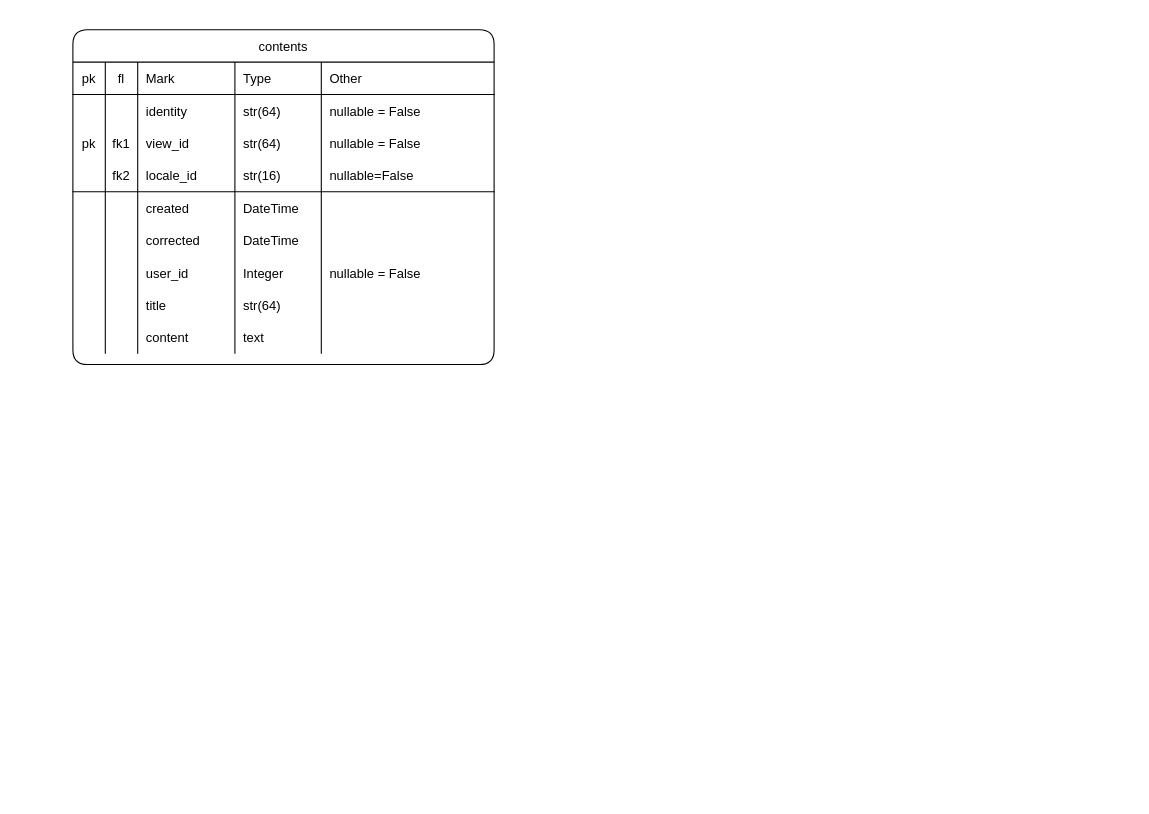
Above: page "structure table" (3 of 9) of market-coffee.drawio in Sergey190309/220415-market-caffee (draw.io), before the change. Source tidied: cells renumbered, new cells numbered last; positions are measured from the earlier drawing's top-left corner, leaving out a move shared by most shapes. Both pictures are drawn from the tidied source at 108%, with x=0, y=0 at pixel (72, 29).
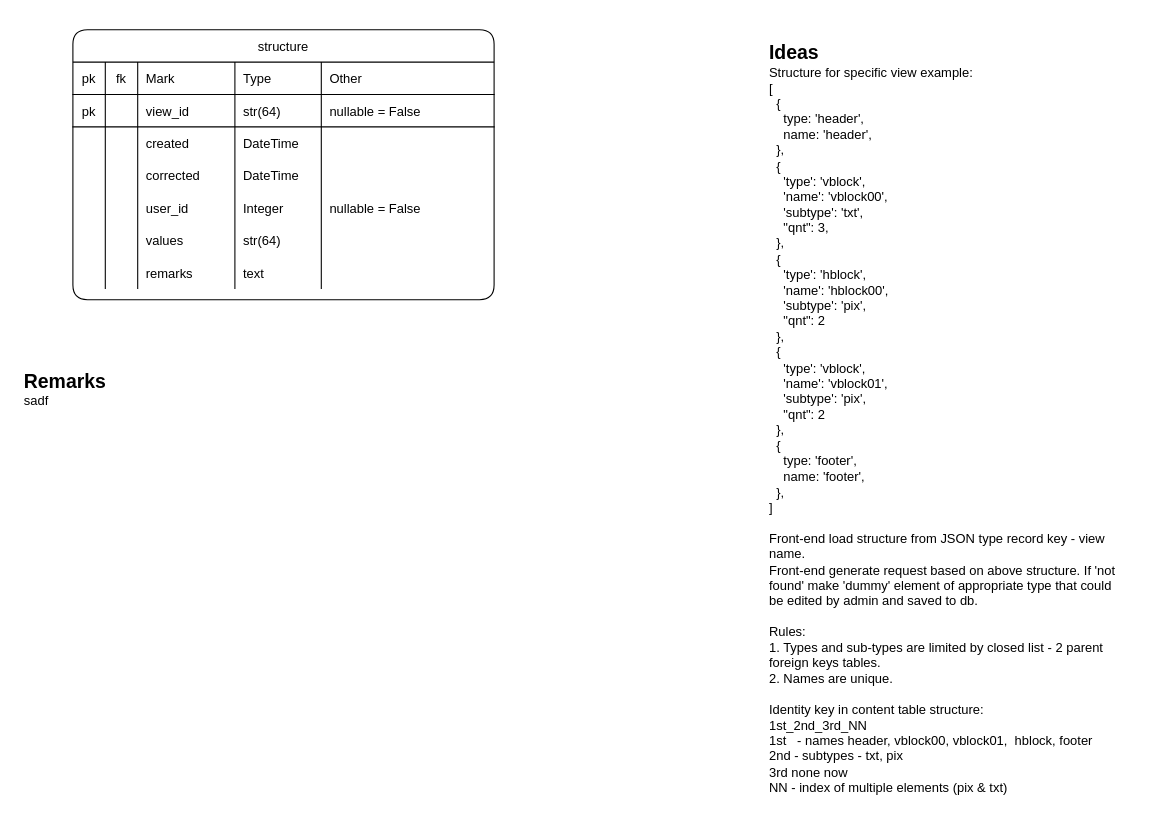
The same page after the edit.

The change refers to these unchanged cells:
```xml
<mxCell id="3" style="shape=partialRectangle;fillColor=none;top=0;left=0;bottom=1;right=0;fontStyle=5;rounded=1;" parent="2" vertex="1">
  <mxGeometry y="30" width="390" height="30" as="geometry" />
</mxCell>
```

What changed in the source:
```diff
@@
-    <mxCell id="2" value="contents" style="shape=table;startSize=30;childLayout=tableLayout;rowLines=0;fontStyle=0;align=center;shadow=0;labelBackgroundColor=none;strokeWidth=1;fontColor=#000000;rounded=1;" parent="1" vertex="1">
-      <mxGeometry width="390" height="310" as="geometry" />
+    <mxCell id="2" value="structure" style="shape=table;startSize=30;childLayout=tableLayout;rowLines=0;fontStyle=0;align=center;shadow=0;labelBackgroundColor=none;strokeWidth=1;fontColor=#000000;rounded=1;" parent="1" vertex="1">
+      <mxGeometry width="390" height="250" as="geometry" />
     </mxCell>
@@
-    <mxCell id="5" value="fl" style="shape=partialRectangle;fillColor=none;top=0;left=0;bottom=0;right=0;fontStyle=0;overflow=hidden;rounded=1;" parent="3" vertex="1">
+    <mxCell id="5" value="fk" style="shape=partialRectangle;fillColor=none;top=0;left=0;bottom=0;right=0;fontStyle=0;overflow=hidden;rounded=1;" parent="3" vertex="1">
       <mxGeometry x="30" width="30" height="30" as="geometry" />
     </mxCell>
@@
-    <mxCell id="9" style="shape=partialRectangle;fillColor=none;top=0;left=0;bottom=0;right=0;fontStyle=5;rounded=1;" parent="2" vertex="1">
-      <mxGeometry y="60" width="390" height="30" as="geometry" />
-    </mxCell>
-    <mxCell id="10" style="shape=partialRectangle;fillColor=none;top=0;left=0;bottom=0;right=0;fontStyle=0;overflow=hidden;rounded=1;" parent="9" vertex="1">
-      <mxGeometry width="30" height="30" as="geometry" />
-    </mxCell>
-    <mxCell id="11" style="shape=partialRectangle;fillColor=none;top=0;left=0;bottom=0;right=0;fontStyle=0;overflow=hidden;rounded=1;" parent="9" vertex="1">
-      <mxGeometry x="30" width="30" height="30" as="geometry" />
-    </mxCell>
-    <mxCell id="12" value="identity" style="shape=partialRectangle;fillColor=none;top=0;left=0;bottom=0;right=0;align=left;spacingLeft=6;fontStyle=0;overflow=hidden;rounded=1;" parent="9" vertex="1">
-      <mxGeometry x="60" width="90" height="30" as="geometry" />
-    </mxCell>
-    <mxCell id="13" value="str(64)" style="shape=partialRectangle;fillColor=none;top=0;left=0;bottom=0;right=0;align=left;spacingLeft=6;fontStyle=0;overflow=hidden;rounded=1;" parent="9" vertex="1">
-      <mxGeometry x="150" width="80" height="30" as="geometry" />
-    </mxCell>
-    <mxCell id="14" value="nullable = False" style="shape=partialRectangle;fillColor=none;top=0;left=0;bottom=0;right=0;align=left;spacingLeft=6;fontStyle=0;overflow=hidden;rounded=1;" parent="9" vertex="1">
-      <mxGeometry x="230" width="160" height="30" as="geometry" />
-    </mxCell>
-    <mxCell id="15" style="shape=partialRectangle;fillColor=none;top=0;left=0;bottom=0;right=0;fontStyle=5;rounded=1;" parent="2" vertex="1">
-      <mxGeometry y="90" width="390" height="30" as="geometry" />
+    <mxCell id="15" style="shape=partialRectangle;fillColor=none;top=0;left=0;bottom=1;right=0;fontStyle=5;rounded=1;" parent="2" vertex="1">
+      <mxGeometry y="60" width="390" height="30" as="geometry" />
     </mxCell>
@@
-    <mxCell id="17" value="fk1" style="shape=partialRectangle;fillColor=none;top=0;left=0;bottom=0;right=0;fontStyle=0;overflow=hidden;rounded=1;" parent="15" vertex="1">
+    <mxCell id="17" style="shape=partialRectangle;fillColor=none;top=0;left=0;bottom=0;right=0;fontStyle=0;overflow=hidden;rounded=1;" parent="15" vertex="1">
       <mxGeometry x="30" width="30" height="30" as="geometry" />
     </mxCell>
@@
-    <mxCell id="21" style="shape=partialRectangle;fillColor=none;top=0;left=0;bottom=1;right=0;fontStyle=5;rounded=1;" parent="2" vertex="1">
-      <mxGeometry y="120" width="390" height="30" as="geometry" />
-    </mxCell>
-    <mxCell id="22" style="shape=partialRectangle;fillColor=none;top=0;left=0;bottom=0;right=0;fontStyle=0;overflow=hidden;rounded=1;" parent="21" vertex="1">
-      <mxGeometry width="30" height="30" as="geometry" />
-    </mxCell>
-    <mxCell id="23" value="fk2" style="shape=partialRectangle;fillColor=none;top=0;left=0;bottom=0;right=0;fontStyle=0;overflow=hidden;rounded=1;" parent="21" vertex="1">
-      <mxGeometry x="30" width="30" height="30" as="geometry" />
-    </mxCell>
-    <mxCell id="24" value="locale_id" style="shape=partialRectangle;fillColor=none;top=0;left=0;bottom=0;right=0;align=left;spacingLeft=6;fontStyle=0;overflow=hidden;rounded=1;" parent="21" vertex="1">
-      <mxGeometry x="60" width="90" height="30" as="geometry" />
-    </mxCell>
-    <mxCell id="25" value="str(16)" style="shape=partialRectangle;fillColor=none;top=0;left=0;bottom=0;right=0;align=left;spacingLeft=6;fontStyle=0;overflow=hidden;rounded=1;" parent="21" vertex="1">
-      <mxGeometry x="150" width="80" height="30" as="geometry" />
-    </mxCell>
-    <mxCell id="26" value="nullable=False" style="shape=partialRectangle;fillColor=none;top=0;left=0;bottom=0;right=0;align=left;spacingLeft=6;fontStyle=0;overflow=hidden;rounded=1;" parent="21" vertex="1">
-      <mxGeometry x="230" width="160" height="30" as="geometry" />
-    </mxCell>
     <mxCell id="27" style="shape=partialRectangle;fillColor=none;top=0;left=0;bottom=0;right=0;rounded=1;" parent="2" vertex="1">
-      <mxGeometry y="150" width="390" height="30" as="geometry" />
+      <mxGeometry y="90" width="390" height="30" as="geometry" />
     </mxCell>
@@
     <mxCell id="33" style="shape=partialRectangle;fillColor=none;top=0;left=0;bottom=0;right=0;rounded=1;" parent="2" vertex="1">
-      <mxGeometry y="180" width="390" height="30" as="geometry" />
+      <mxGeometry y="120" width="390" height="30" as="geometry" />
     </mxCell>
@@
     <mxCell id="39" style="shape=partialRectangle;fillColor=none;top=0;left=0;bottom=0;right=0;rounded=1;" parent="2" vertex="1">
-      <mxGeometry y="210" width="390" height="30" as="geometry" />
+      <mxGeometry y="150" width="390" height="30" as="geometry" />
     </mxCell>
@@
     <mxCell id="45" style="shape=partialRectangle;fillColor=none;top=0;left=0;bottom=0;right=0;rounded=1;" parent="2" vertex="1">
-      <mxGeometry y="240" width="390" height="30" as="geometry" />
+      <mxGeometry y="180" width="390" height="30" as="geometry" />
     </mxCell>
@@
-    <mxCell id="48" value="title" style="shape=partialRectangle;fillColor=none;top=0;left=0;bottom=0;right=0;align=left;spacingLeft=6;overflow=hidden;rounded=1;" parent="45" vertex="1">
+    <mxCell id="48" value="values" style="shape=partialRectangle;fillColor=none;top=0;left=0;bottom=0;right=0;align=left;spacingLeft=6;overflow=hidden;rounded=1;" parent="45" vertex="1">
       <mxGeometry x="60" width="90" height="30" as="geometry" />
     </mxCell>
@@
     <mxCell id="51" style="shape=partialRectangle;fillColor=none;top=0;left=0;bottom=0;right=0;rounded=1;" parent="2" vertex="1">
-      <mxGeometry y="270" width="390" height="30" as="geometry" />
+      <mxGeometry y="210" width="390" height="30" as="geometry" />
     </mxCell>
@@
-    <mxCell id="54" value="content" style="shape=partialRectangle;fillColor=none;top=0;left=0;bottom=0;right=0;align=left;spacingLeft=6;overflow=hidden;rounded=1;" parent="51" vertex="1">
+    <mxCell id="54" value="remarks" style="shape=partialRectangle;fillColor=none;top=0;left=0;bottom=0;right=0;align=left;spacingLeft=6;overflow=hidden;rounded=1;" parent="51" vertex="1">
       <mxGeometry x="60" width="90" height="30" as="geometry" />
     </mxCell>
@@
+    <mxCell id="58" parent="0" />
@@
-    <mxCell id="58" parent="0" />
+    <mxCell id="59" value="&lt;font style=&quot;font-size: 18px&quot;&gt;&lt;b&gt;&lt;br&gt;Ideas&lt;/b&gt;&lt;/font&gt;&lt;br&gt;Structure for specific view example:&lt;br&gt;&lt;div&gt;[&lt;/div&gt;&lt;div&gt;&amp;nbsp; {&lt;/div&gt;&lt;div&gt;&amp;nbsp; &amp;nbsp; type: 'header',&lt;/div&gt;&lt;div&gt;&amp;nbsp; &amp;nbsp; name: 'header',&lt;/div&gt;&lt;div&gt;&amp;nbsp; },&lt;/div&gt;&lt;div&gt;&amp;nbsp; {&lt;/div&gt;&lt;div&gt;&amp;nbsp; &amp;nbsp; 'type': 'vblock',&lt;/div&gt;&lt;div&gt;&amp;nbsp; &amp;nbsp; 'name': 'vblock00',&lt;/div&gt;&lt;div&gt;&amp;nbsp; &amp;nbsp; 'subtype': 'txt',&lt;/div&gt;&lt;div&gt;&amp;nbsp; &amp;nbsp; &quot;qnt&quot;: 3,&lt;/div&gt;&lt;div&gt;&amp;nbsp; },&lt;/div&gt;&lt;div&gt;&amp;nbsp; {&lt;/div&gt;&lt;div&gt;&amp;nbsp; &amp;nbsp; 'type': 'hblock',&lt;/div&gt;&lt;div&gt;&amp;nbsp; &amp;nbsp; 'name': 'hblock00',&lt;/div&gt;&lt;div&gt;&amp;nbsp; &amp;nbsp; 'subtype': 'pix',&lt;/div&gt;&lt;div&gt;&amp;nbsp; &amp;nbsp; &quot;qnt&quot;: 2&lt;/div&gt;&lt;div&gt;&amp;nbsp; },&lt;/div&gt;&lt;div&gt;&amp;nbsp; {&lt;/div&gt;&lt;div&gt;&amp;nbsp; &amp;nbsp; 'type': 'vblock',&lt;/div&gt;&lt;div&gt;&amp;nbsp; &amp;nbsp; 'name': 'vblock01',&lt;/div&gt;&lt;div&gt;&amp;nbsp; &amp;nbsp; 'subtype': 'pix',&lt;/div&gt;&lt;div&gt;&amp;nbsp; &amp;nbsp; &quot;qnt&quot;: 2&lt;/div&gt;&lt;div&gt;&amp;nbsp; },&lt;/div&gt;&lt;div&gt;&amp;nbsp; {&lt;/div&gt;&lt;div&gt;&amp;nbsp; &amp;nbsp; type: 'footer',&lt;/div&gt;&lt;div&gt;&amp;nbsp; &amp;nbsp; name: 'footer',&lt;/div&gt;&lt;div&gt;&amp;nbsp; },&lt;/div&gt;&lt;div&gt;]&lt;/div&gt;&lt;div&gt;&lt;br&gt;&lt;/div&gt;Front-end load structure from JSON type record key - view name.&amp;nbsp;&lt;br&gt;Front-end generate request&amp;nbsp;based on above structure. If 'not found' make 'dummy' element of appropriate type that could be edited by admin and saved to db.&lt;br&gt;&lt;br&gt;Rules:&lt;br&gt;1. Types and sub-types are limited by closed list - 2 parent foreign keys tables.&lt;br&gt;2. Names are unique.&lt;br&gt;&lt;br&gt;Identity key in content table structure:&lt;br&gt;1st_2nd_3rd_NN&lt;br&gt;1st&amp;nbsp; &amp;nbsp;- names header, vblock00, vblock01,&amp;nbsp;&amp;nbsp;hblock, footer&lt;br&gt;2nd - subtypes - txt, pix&lt;br&gt;3rd none now&lt;br&gt;NN - index of&amp;nbsp;multiple elements (pix &amp;amp; txt)" style="text;strokeColor=none;fillColor=none;spacing=5;spacingTop=-20;overflow=hidden;rounded=0;whiteSpace=wrap;html=1;" parent="57" vertex="1">
+      <mxGeometry x="640" width="340" height="710" as="geometry" />
+    </mxCell>
+    <mxCell id="60" value="&lt;font style=&quot;font-size: 18px&quot;&gt;&lt;b&gt;&lt;br&gt;Remarks&lt;/b&gt;&lt;/font&gt;&lt;br&gt;sadf" style="text;strokeColor=none;fillColor=none;spacing=5;spacingTop=-20;overflow=hidden;rounded=0;whiteSpace=wrap;html=1;" parent="57" vertex="1">
+      <mxGeometry x="-50" y="304" width="340" height="330" as="geometry" />
+    </mxCell>
```
